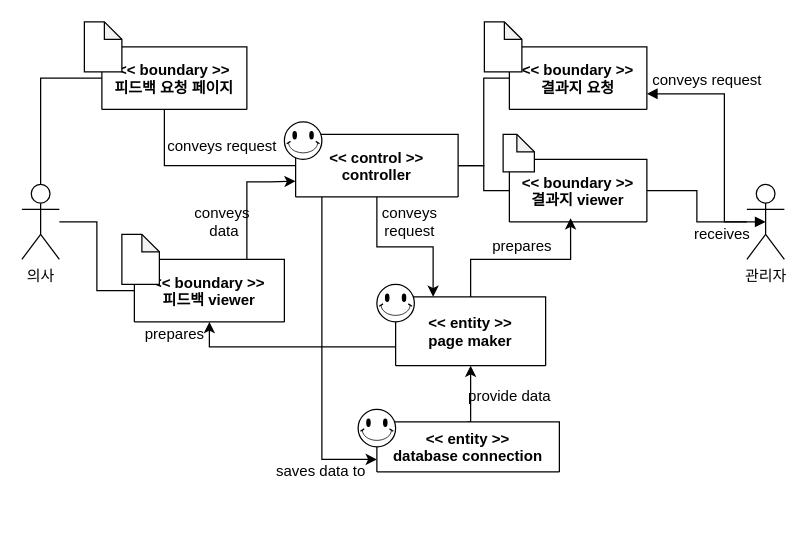
This is doctor/Domain model/UC11.drawio from yhb1834/Smart-Health-Prediction-System, a draw.io file, before an edit. Source tidied: cells renumbered, new cells numbered last; positions are measured from the earlier drawing's top-left corner, leaving out a move shared by most shapes. Both pictures are drawn from the tidied source at 125%, with x=0, y=0 at pixel (21, 21).
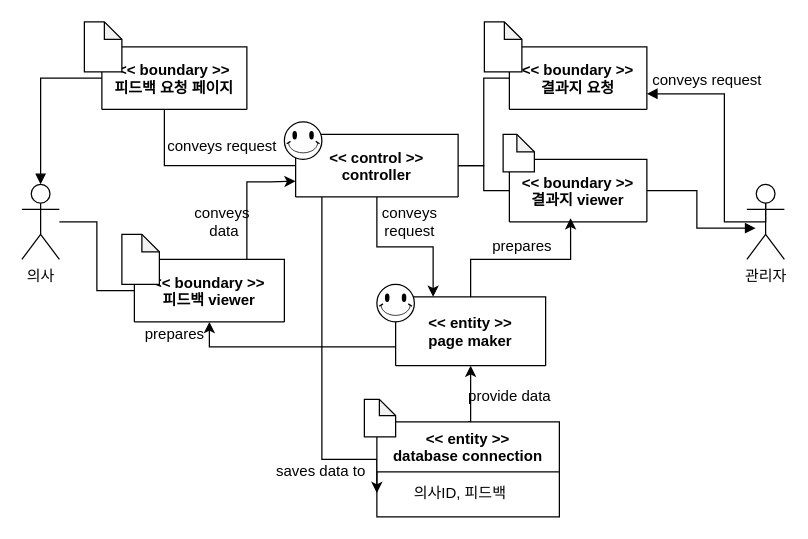
The same diagram, later.

The change refers to these unchanged cells:
```xml
<mxCell id="2" value="의사" style="shape=umlActor;verticalLabelPosition=bottom;verticalAlign=top;html=1;outlineConnect=0;" parent="1" vertex="1">
  <mxGeometry y="130" width="30" height="60" as="geometry" />
</mxCell>
<mxCell id="4" value="관리자" style="shape=umlActor;verticalLabelPosition=bottom;verticalAlign=top;html=1;outlineConnect=0;" parent="1" vertex="1">
  <mxGeometry x="580" y="130" width="30" height="60" as="geometry" />
</mxCell>
<mxCell id="15" value="&lt;&lt; boundary &gt;&gt;&#10;피드백 요청 페이지" style="swimlane;startSize=50;" parent="1" vertex="1">
  <mxGeometry x="64" y="20" width="116" height="50" as="geometry" />
</mxCell>
<mxCell id="20" value="&lt;&lt; boundary &gt;&gt;&#10;결과지 요청" style="swimlane;startSize=50;" parent="1" vertex="1">
  <mxGeometry x="390" y="20" width="110" height="50" as="geometry" />
</mxCell>
<mxCell id="22" value="&lt;&lt; boundary &gt;&gt;&#10;결과지 viewer" style="swimlane;startSize=50;" parent="1" vertex="1">
  <mxGeometry x="390" y="110" width="110" height="50" as="geometry" />
</mxCell>
```

Diff of the diagram source:
```diff
@@
-    <mxCell id="3" style="edgeStyle=orthogonalEdgeStyle;rounded=0;jettySize=auto;html=1;entryX=1;entryY=0.75;entryDx=0;entryDy=0;endArrow=block;endFill=1;" parent="1" edge="1" source="4" target="20">
+    <mxCell id="3" style="edgeStyle=orthogonalEdgeStyle;rounded=0;jettySize=auto;html=1;entryX=1;entryY=0.75;entryDx=0;entryDy=0;endArrow=block;endFill=1;exitX=0.5;exitY=0;exitDx=0;exitDy=0;exitPerimeter=0;" parent="1" edge="1" source="4" target="20">
       <mxGeometry relative="1" as="geometry">
         <Array as="points">
+          <mxPoint x="595" y="160" />
           <mxPoint x="562" y="160" />
           <mxPoint x="562" y="58" />
         </Array>
       </mxGeometry>
     </mxCell>
@@
     <mxCell id="12" value="&lt;&lt; entity &gt;&gt;&#10;database connection" style="swimlane;startSize=40;" parent="1" vertex="1">
-      <mxGeometry x="284" y="320" width="146" height="40" as="geometry" />
+      <mxGeometry x="284" y="320" width="146" height="76" as="geometry" />
     </mxCell>
-    <mxCell id="13" style="verticalLabelPosition=bottom;verticalAlign=top;html=1;shape=mxgraph.basic.smiley;" parent="12" vertex="1">
-      <mxGeometry x="-15" y="-10" width="30" height="30" as="geometry" />
-    </mxCell>
+    <mxCell id="40" style="shape=note;whiteSpace=wrap;html=1;backgroundOutline=1;darkOpacity=0.05;size=13;" parent="12" vertex="1">
+      <mxGeometry x="-10" y="-18" width="25" height="30" as="geometry" />
+    </mxCell>
-    <mxCell id="14" style="edgeStyle=orthogonalEdgeStyle;rounded=0;jettySize=auto;html=1;endArrow=none;endFill=0;" parent="1" edge="1" source="15" target="2">
+    <mxCell id="14" style="edgeStyle=orthogonalEdgeStyle;rounded=0;jettySize=auto;html=1;endArrow=block;endFill=1;" parent="1" edge="1" source="15" target="2">
       <mxGeometry relative="1" as="geometry" />
     </mxCell>
@@
-    <mxCell id="21" style="edgeStyle=orthogonalEdgeStyle;rounded=0;jettySize=auto;html=1;entryX=0.5;entryY=0.5;entryDx=0;entryDy=0;entryPerimeter=0;endArrow=block;endFill=1;" parent="1" edge="1" source="22" target="4">
-      <mxGeometry relative="1" as="geometry" />
-    </mxCell>
+    <mxCell id="41" style="edgeStyle=orthogonalEdgeStyle;rounded=0;jettySize=auto;html=1;endArrow=block;endFill=1;" parent="1" edge="1" source="22">
+      <mxGeometry relative="1" as="geometry">
+        <mxPoint x="587" y="165" as="targetPoint" />
+        <Array as="points">
+          <mxPoint x="540" y="135" />
+          <mxPoint x="540" y="165" />
+        </Array>
+      </mxGeometry>
+    </mxCell>
@@
-    <mxCell id="32" value="receives" style="text;html=1;align=center;verticalAlign=middle;strokeColor=none;" parent="1" vertex="1">
-      <mxGeometry x="530" y="160" width="60" height="20" as="geometry" />
-    </mxCell>
@@
+    <mxCell id="42" value="의사ID, 피드백&amp;nbsp;" style="text;html=1;align=center;verticalAlign=middle;strokeColor=none;" parent="1" vertex="1">
+      <mxGeometry x="310" y="368" width="84" height="18" as="geometry" />
+    </mxCell>
```
